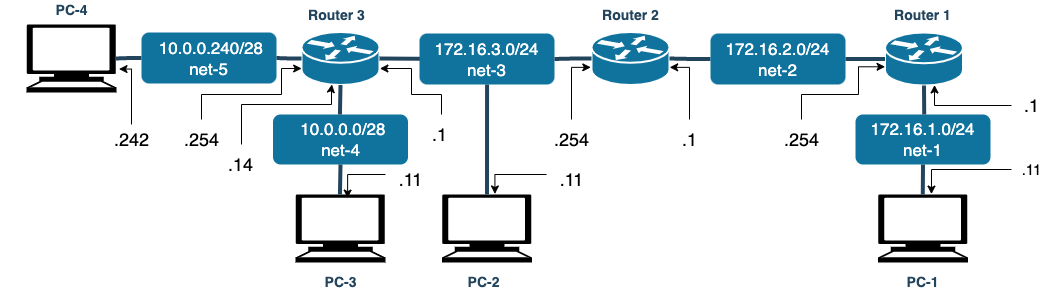
kasug623/Docker keeps this draw.io diagram as docker_ospf/network.drawio.png. Above is the earlier version. Source tidied: cells renumbered, new cells last; positions are measured from the earlier drawing's top-left corner, leaving out a move shared by most shapes. The source it was exported from:
```xml
<mxGraphModel>
  <root>
    <mxCell id="0" />
    <mxCell id="1" parent="0" />
    <mxCell id="2" style="shape=mxgraph.cisco.routers.router;html=1;dashed=0;fillColor=#10739E;strokeColor=#ffffff;strokeWidth=2;verticalLabelPosition=bottom;verticalAlign=top;fontFamily=Helvetica;fontSize=36;fontColor=#FFB366;" parent="1" vertex="1">
      <mxGeometry x="592" y="31.5" width="78" height="53" as="geometry" />
    </mxCell>
    <mxCell id="3" style="shape=mxgraph.signs.tech.computer;html=1;fillColor=#000000;strokeColor=none;verticalLabelPosition=bottom;verticalAlign=top;align=center;" parent="1" vertex="1">
      <mxGeometry x="878.5" y="194" width="90" height="68" as="geometry" />
    </mxCell>
    <mxCell id="4" style="shape=mxgraph.signs.tech.computer;html=1;fillColor=#000000;strokeColor=none;verticalLabelPosition=bottom;verticalAlign=top;align=center;" parent="1" vertex="1">
      <mxGeometry x="27" y="24" width="90" height="68" as="geometry" />
    </mxCell>
    <mxCell id="5" style="shape=mxgraph.signs.tech.computer;html=1;fillColor=#000000;strokeColor=none;verticalLabelPosition=bottom;verticalAlign=top;align=center;" parent="1" vertex="1">
      <mxGeometry x="296" y="194" width="90" height="68" as="geometry" />
    </mxCell>
    <mxCell id="6" style="shape=mxgraph.cisco.routers.router;html=1;dashed=0;fillColor=#10739E;strokeColor=#ffffff;strokeWidth=2;verticalLabelPosition=bottom;verticalAlign=top;fontFamily=Helvetica;fontSize=36;fontColor=#FFB366;" parent="1" vertex="1">
      <mxGeometry x="302" y="31.5" width="78" height="53" as="geometry" />
    </mxCell>
    <mxCell id="7" style="shape=mxgraph.cisco.routers.router;html=1;dashed=0;fillColor=#10739E;strokeColor=#ffffff;strokeWidth=2;verticalLabelPosition=bottom;verticalAlign=top;fontFamily=Helvetica;fontSize=36;fontColor=#FFB366;" parent="1" vertex="1">
      <mxGeometry x="885.5" y="32" width="78" height="53" as="geometry" />
    </mxCell>
    <mxCell id="8" style="edgeStyle=elbowEdgeStyle;elbow=horizontal;endArrow=none;html=1;strokeColor=#23445D;endFill=0;strokeWidth=4;rounded=1;exitX=0;exitY=0.5;exitDx=0;exitDy=0;entryX=1;entryY=0.5;entryDx=0;entryDy=0;entryPerimeter=0;" parent="1" edge="1" source="14" target="6">
      <mxGeometry relative="1" as="geometry">
        <Array as="points">
          <mxPoint x="462" y="58" />
        </Array>
      </mxGeometry>
    </mxCell>
    <mxCell id="9" style="edgeStyle=elbowEdgeStyle;elbow=horizontal;endArrow=none;html=1;strokeColor=#23445D;endFill=0;strokeWidth=4;rounded=1;exitX=0;exitY=0.5;exitDx=0;exitDy=0;entryX=1;entryY=0.5;entryDx=0;entryDy=0;entryPerimeter=0;" parent="1" edge="1" source="16" target="2">
      <mxGeometry relative="1" as="geometry" />
    </mxCell>
    <mxCell id="10" value="&amp;nbsp;10.0.0.240/28&lt;br&gt;net-5" style="rounded=1;whiteSpace=wrap;html=1;fillColor=#10739e;strokeColor=none;fontColor=#FFFFFF;fontStyle=0;fontSize=17;" parent="1" vertex="1">
      <mxGeometry x="142" y="32" width="135" height="51" as="geometry" />
    </mxCell>
    <mxCell id="11" style="edgeStyle=elbowEdgeStyle;elbow=horizontal;endArrow=none;html=1;strokeColor=#23445D;endFill=0;strokeWidth=4;rounded=1;exitX=0;exitY=0.5;exitDx=0;exitDy=0;entryX=0.995;entryY=0.5;entryDx=0;entryDy=0;entryPerimeter=0;" parent="1" edge="1" source="10" target="4">
      <mxGeometry relative="1" as="geometry" />
    </mxCell>
    <mxCell id="12" style="edgeStyle=elbowEdgeStyle;elbow=horizontal;endArrow=none;html=1;strokeColor=#23445D;endFill=0;strokeWidth=4;rounded=1;exitX=0;exitY=0.5;exitDx=0;exitDy=0;entryX=1;entryY=0.5;entryDx=0;entryDy=0;exitPerimeter=0;" parent="1" edge="1" source="6" target="10">
      <mxGeometry relative="1" as="geometry" />
    </mxCell>
    <mxCell id="13" value="&amp;nbsp;10.0.0.0/28&lt;br&gt;net-4" style="rounded=1;whiteSpace=wrap;html=1;fillColor=#10739e;strokeColor=none;fontColor=#FFFFFF;fontStyle=0;fontSize=17;" parent="1" vertex="1">
      <mxGeometry x="273.5" y="114" width="135" height="50" as="geometry" />
    </mxCell>
    <mxCell id="14" value="172.16.3.0/24&lt;br&gt;net-3" style="rounded=1;whiteSpace=wrap;html=1;fillColor=#10739e;strokeColor=none;fontColor=#FFFFFF;fontStyle=0;fontSize=17;" parent="1" vertex="1">
      <mxGeometry x="420" y="33" width="135" height="51" as="geometry" />
    </mxCell>
    <mxCell id="15" style="edgeStyle=elbowEdgeStyle;elbow=horizontal;endArrow=none;html=1;strokeColor=#23445D;endFill=0;strokeWidth=4;rounded=1;exitX=0;exitY=0.5;exitDx=0;exitDy=0;exitPerimeter=0;entryX=1;entryY=0.5;entryDx=0;entryDy=0;" parent="1" edge="1" source="2" target="14">
      <mxGeometry relative="1" as="geometry" />
    </mxCell>
    <mxCell id="16" value="172.16.2.0/24&lt;br&gt;net-2" style="rounded=1;whiteSpace=wrap;html=1;fillColor=#10739e;strokeColor=none;fontColor=#FFFFFF;fontStyle=0;fontSize=17;" parent="1" vertex="1">
      <mxGeometry x="711" y="33" width="135" height="51" as="geometry" />
    </mxCell>
    <mxCell id="17" style="edgeStyle=elbowEdgeStyle;elbow=horizontal;endArrow=none;html=1;strokeColor=#23445D;endFill=0;strokeWidth=4;rounded=1;exitX=0;exitY=0.5;exitDx=0;exitDy=0;exitPerimeter=0;entryX=1;entryY=0.5;entryDx=0;entryDy=0;" parent="1" edge="1" source="7" target="16">
      <mxGeometry relative="1" as="geometry" />
    </mxCell>
    <mxCell id="18" value="172.16.1.0/24&lt;br&gt;net-1" style="rounded=1;whiteSpace=wrap;html=1;fillColor=#10739e;strokeColor=none;fontColor=#FFFFFF;fontStyle=0;fontSize=17;" parent="1" vertex="1">
      <mxGeometry x="856" y="114" width="135" height="50" as="geometry" />
    </mxCell>
    <mxCell id="19" style="edgeStyle=elbowEdgeStyle;elbow=horizontal;endArrow=none;html=1;strokeColor=#23445D;endFill=0;strokeWidth=4;rounded=1;entryX=0.5;entryY=0;entryDx=0;entryDy=0;exitX=0.5;exitY=1;exitDx=0;exitDy=0;exitPerimeter=0;" parent="1" edge="1" source="7" target="18">
      <mxGeometry relative="1" as="geometry" />
    </mxCell>
    <mxCell id="20" style="edgeStyle=elbowEdgeStyle;elbow=horizontal;endArrow=none;html=1;strokeColor=#23445D;endFill=0;strokeWidth=4;rounded=1;entryX=0.5;entryY=0;entryDx=0;entryDy=0;exitX=0.5;exitY=1;exitDx=0;exitDy=0;entryPerimeter=0;" parent="1" edge="1" source="18" target="3">
      <mxGeometry relative="1" as="geometry" />
    </mxCell>
    <mxCell id="21" style="edgeStyle=elbowEdgeStyle;elbow=horizontal;endArrow=none;html=1;strokeColor=#23445D;endFill=0;strokeWidth=4;rounded=1;exitX=0.5;exitY=1;exitDx=0;exitDy=0;entryX=0.5;entryY=0;entryDx=0;entryDy=0;exitPerimeter=0;" parent="1" edge="1" source="6" target="13">
      <mxGeometry relative="1" as="geometry" />
    </mxCell>
    <mxCell id="22" style="edgeStyle=elbowEdgeStyle;elbow=horizontal;endArrow=none;html=1;strokeColor=#23445D;endFill=0;strokeWidth=4;rounded=1;entryX=0.5;entryY=0;entryDx=0;entryDy=0;entryPerimeter=0;exitX=0.5;exitY=1;exitDx=0;exitDy=0;" parent="1" edge="1" source="13" target="5">
      <mxGeometry relative="1" as="geometry" />
    </mxCell>
    <mxCell id="23" value="&lt;font color=&quot;#23445d&quot;&gt;PC-4&lt;/font&gt;" style="rounded=1;whiteSpace=wrap;html=1;strokeColor=none;fillColor=none;fontSize=14;fontColor=#742B21;align=center;fontStyle=1;" parent="1" vertex="1">
      <mxGeometry x="0.5" width="143" height="19" as="geometry" />
    </mxCell>
    <mxCell id="24" value="&lt;font color=&quot;#23445d&quot;&gt;Router 1&lt;/font&gt;" style="rounded=1;whiteSpace=wrap;html=1;strokeColor=none;fillColor=none;fontSize=14;fontColor=#742B21;align=center;fontStyle=1;" parent="1" vertex="1">
      <mxGeometry x="852" y="5" width="143" height="19" as="geometry" />
    </mxCell>
    <mxCell id="25" value="&lt;font color=&quot;#23445d&quot;&gt;Router 2&lt;/font&gt;" style="rounded=1;whiteSpace=wrap;html=1;strokeColor=none;fillColor=none;fontSize=14;fontColor=#742B21;align=center;fontStyle=1;" parent="1" vertex="1">
      <mxGeometry x="559.5" y="5" width="143" height="19" as="geometry" />
    </mxCell>
    <mxCell id="26" value="&lt;font color=&quot;#23445d&quot;&gt;Router 3&lt;/font&gt;" style="rounded=1;whiteSpace=wrap;html=1;strokeColor=none;fillColor=none;fontSize=14;fontColor=#742B21;align=center;fontStyle=1;" parent="1" vertex="1">
      <mxGeometry x="265.5" y="5" width="143" height="19" as="geometry" />
    </mxCell>
    <mxCell id="27" value="&lt;font color=&quot;#23445d&quot;&gt;PC-1&lt;/font&gt;" style="rounded=1;whiteSpace=wrap;html=1;strokeColor=none;fillColor=none;fontSize=14;fontColor=#742B21;align=center;fontStyle=1;" parent="1" vertex="1">
      <mxGeometry x="852" y="272" width="143" height="19" as="geometry" />
    </mxCell>
    <mxCell id="28" value="&lt;font color=&quot;#23445d&quot;&gt;PC-3&lt;/font&gt;" style="rounded=1;whiteSpace=wrap;html=1;strokeColor=none;fillColor=none;fontSize=14;fontColor=#742B21;align=center;fontStyle=1;" parent="1" vertex="1">
      <mxGeometry x="269.5" y="272" width="143" height="19" as="geometry" />
    </mxCell>
    <mxCell id="29" style="edgeStyle=orthogonalEdgeStyle;rounded=0;jettySize=auto;html=1;entryX=0.594;entryY=-0.006;entryDx=0;entryDy=0;entryPerimeter=0;" parent="1" edge="1" source="30" target="3">
      <mxGeometry relative="1" as="geometry" />
    </mxCell>
    <mxCell id="30" value=".11" style="text;html=1;align=center;verticalAlign=middle;points=[];strokeColor=none;fillColor=none;fontSize=15;" parent="1" vertex="1">
      <mxGeometry x="1012" y="154" width="40" height="30" as="geometry" />
    </mxCell>
    <mxCell id="31" style="edgeStyle=orthogonalEdgeStyle;rounded=0;jettySize=auto;html=1;entryX=0.635;entryY=0.99;entryDx=0;entryDy=0;entryPerimeter=0;" parent="1" edge="1" source="32" target="7">
      <mxGeometry relative="1" as="geometry" />
    </mxCell>
    <mxCell id="32" value=".1" style="text;html=1;align=center;verticalAlign=middle;points=[];strokeColor=none;fillColor=none;fontSize=18;" parent="1" vertex="1">
      <mxGeometry x="1012" y="85" width="40" height="40" as="geometry" />
    </mxCell>
    <mxCell id="33" style="edgeStyle=orthogonalEdgeStyle;rounded=0;jettySize=auto;html=1;entryX=1.002;entryY=0.667;entryDx=0;entryDy=0;entryPerimeter=0;" parent="1" edge="1" source="34" target="2">
      <mxGeometry relative="1" as="geometry" />
    </mxCell>
    <mxCell id="34" value=".1" style="text;html=1;align=center;verticalAlign=middle;points=[];strokeColor=none;fillColor=none;fontSize=18;" parent="1" vertex="1">
      <mxGeometry x="670" y="119" width="40" height="40" as="geometry" />
    </mxCell>
    <mxCell id="35" style="edgeStyle=orthogonalEdgeStyle;rounded=0;jettySize=auto;html=1;entryX=0.001;entryY=0.647;entryDx=0;entryDy=0;entryPerimeter=0;" parent="1" edge="1" source="36" target="7">
      <mxGeometry relative="1" as="geometry">
        <Array as="points">
          <mxPoint x="802" y="94" />
          <mxPoint x="859" y="94" />
          <mxPoint x="859" y="66" />
        </Array>
      </mxGeometry>
    </mxCell>
    <mxCell id="36" value=".254" style="text;html=1;align=center;verticalAlign=middle;points=[];strokeColor=none;fillColor=none;fontSize=18;" parent="1" vertex="1">
      <mxGeometry x="772" y="119" width="60" height="40" as="geometry" />
    </mxCell>
    <mxCell id="37" style="edgeStyle=orthogonalEdgeStyle;rounded=0;jettySize=auto;html=1;entryX=-0.009;entryY=0.667;entryDx=0;entryDy=0;entryPerimeter=0;" parent="1" edge="1" source="38" target="2">
      <mxGeometry relative="1" as="geometry" />
    </mxCell>
    <mxCell id="38" value=".254" style="text;html=1;align=center;verticalAlign=middle;points=[];strokeColor=none;fillColor=none;fontSize=18;" parent="1" vertex="1">
      <mxGeometry x="542" y="119" width="60" height="40" as="geometry" />
    </mxCell>
    <mxCell id="39" style="edgeStyle=orthogonalEdgeStyle;rounded=0;jettySize=auto;html=1;entryX=1.005;entryY=0.689;entryDx=0;entryDy=0;entryPerimeter=0;" parent="1" edge="1" source="40" target="6">
      <mxGeometry relative="1" as="geometry">
        <Array as="points">
          <mxPoint x="442" y="94" />
          <mxPoint x="412" y="94" />
          <mxPoint x="412" y="68" />
        </Array>
      </mxGeometry>
    </mxCell>
    <mxCell id="40" value=".1" style="text;html=1;align=center;verticalAlign=middle;points=[];strokeColor=none;fillColor=none;fontSize=18;" parent="1" vertex="1">
      <mxGeometry x="420" y="114" width="40" height="40" as="geometry" />
    </mxCell>
    <mxCell id="41" style="edgeStyle=orthogonalEdgeStyle;rounded=0;jettySize=auto;html=1;entryX=0.002;entryY=0.689;entryDx=0;entryDy=0;entryPerimeter=0;" parent="1" edge="1" source="42" target="6">
      <mxGeometry relative="1" as="geometry">
        <Array as="points">
          <mxPoint x="202" y="94" />
          <mxPoint x="282" y="94" />
          <mxPoint x="282" y="68" />
        </Array>
      </mxGeometry>
    </mxCell>
    <mxCell id="42" value=".254" style="text;html=1;align=center;verticalAlign=middle;points=[];strokeColor=none;fillColor=none;fontSize=18;" parent="1" vertex="1">
      <mxGeometry x="172" y="119" width="60" height="40" as="geometry" />
    </mxCell>
    <mxCell id="43" style="edgeStyle=orthogonalEdgeStyle;rounded=0;jettySize=auto;html=1;entryX=0.39;entryY=0.989;entryDx=0;entryDy=0;entryPerimeter=0;" parent="1" edge="1" source="44" target="6">
      <mxGeometry relative="1" as="geometry">
        <Array as="points">
          <mxPoint x="242" y="104" />
          <mxPoint x="332" y="104" />
          <mxPoint x="332" y="87" />
        </Array>
      </mxGeometry>
    </mxCell>
    <mxCell id="44" value=".14" style="text;html=1;align=center;verticalAlign=middle;points=[];strokeColor=none;fillColor=none;fontSize=18;" parent="1" vertex="1">
      <mxGeometry x="215.5" y="144" width="50" height="40" as="geometry" />
    </mxCell>
    <mxCell id="45" style="edgeStyle=orthogonalEdgeStyle;rounded=0;jettySize=auto;html=1;entryX=1.028;entryY=0.655;entryDx=0;entryDy=0;entryPerimeter=0;exitX=0.5;exitY=0.125;exitDx=0;exitDy=0;exitPerimeter=0;" parent="1" edge="1" source="46" target="4">
      <mxGeometry relative="1" as="geometry">
        <Array as="points">
          <mxPoint x="132" y="68" />
        </Array>
      </mxGeometry>
    </mxCell>
    <mxCell id="46" value=".242" style="text;html=1;align=center;verticalAlign=middle;points=[];strokeColor=none;fillColor=none;fontSize=18;" parent="1" vertex="1">
      <mxGeometry x="102" y="119" width="60" height="40" as="geometry" />
    </mxCell>
    <mxCell id="47" style="shape=mxgraph.signs.tech.computer;html=1;fillColor=#000000;strokeColor=none;verticalLabelPosition=bottom;verticalAlign=top;align=center;" parent="1" vertex="1">
      <mxGeometry x="442.5" y="194" width="90" height="68" as="geometry" />
    </mxCell>
    <mxCell id="48" style="edgeStyle=elbowEdgeStyle;elbow=horizontal;endArrow=none;html=1;strokeColor=#23445D;endFill=0;strokeWidth=4;rounded=1;exitX=0.5;exitY=0;exitDx=0;exitDy=0;entryX=0.5;entryY=1;entryDx=0;entryDy=0;exitPerimeter=0;" parent="1" edge="1" source="47" target="14">
      <mxGeometry relative="1" as="geometry" />
    </mxCell>
    <mxCell id="49" style="edgeStyle=orthogonalEdgeStyle;rounded=0;jettySize=auto;html=1;entryX=0.588;entryY=-0.008;entryDx=0;entryDy=0;entryPerimeter=0;" parent="1" edge="1" source="50" target="47">
      <mxGeometry relative="1" as="geometry">
        <Array as="points">
          <mxPoint x="495" y="174" />
        </Array>
      </mxGeometry>
    </mxCell>
    <mxCell id="50" value=".11" style="text;html=1;align=center;verticalAlign=middle;points=[];strokeColor=none;fillColor=none;fontSize=18;" parent="1" vertex="1">
      <mxGeometry x="547" y="159" width="50" height="40" as="geometry" />
    </mxCell>
    <mxCell id="51" value="&lt;font color=&quot;#23445d&quot;&gt;PC-2&lt;/font&gt;" style="rounded=1;whiteSpace=wrap;html=1;strokeColor=none;fillColor=none;fontSize=14;fontColor=#742B21;align=center;fontStyle=1;" parent="1" vertex="1">
      <mxGeometry x="412.5" y="272" width="143" height="19" as="geometry" />
    </mxCell>
    <mxCell id="52" style="edgeStyle=orthogonalEdgeStyle;rounded=0;jettySize=auto;html=1;entryX=0.579;entryY=0.053;entryDx=0;entryDy=0;entryPerimeter=0;" parent="1" edge="1" source="53" target="5">
      <mxGeometry relative="1" as="geometry">
        <Array as="points">
          <mxPoint x="348" y="174" />
        </Array>
      </mxGeometry>
    </mxCell>
    <mxCell id="53" value=".11" style="text;html=1;align=center;verticalAlign=middle;points=[];strokeColor=none;fillColor=none;fontSize=18;" parent="1" vertex="1">
      <mxGeometry x="386" y="159" width="50" height="40" as="geometry" />
    </mxCell>
  </root>
</mxGraphModel>
```
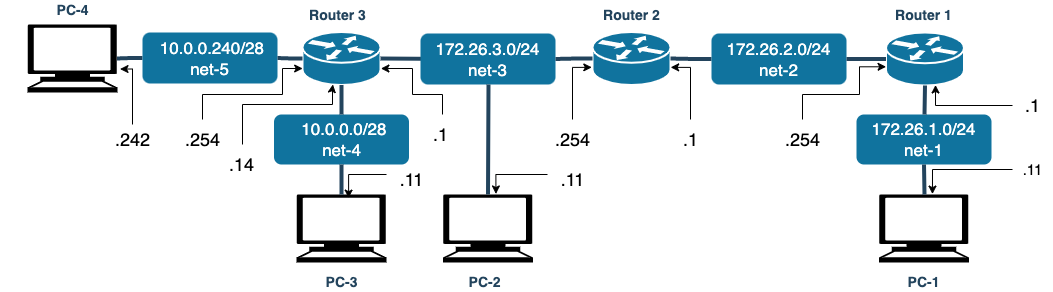
After the commit.

The edit, as a diff of the source:
```diff
@@ -42,19 +42,19 @@
     <mxCell id="13" value="&amp;nbsp;10.0.0.0/28&lt;br&gt;net-4" style="rounded=1;whiteSpace=wrap;html=1;fillColor=#10739e;strokeColor=none;fontColor=#FFFFFF;fontStyle=0;fontSize=17;" parent="1" vertex="1">
       <mxGeometry x="273.5" y="114" width="135" height="50" as="geometry" />
     </mxCell>
-    <mxCell id="14" value="172.16.3.0/24&lt;br&gt;net-3" style="rounded=1;whiteSpace=wrap;html=1;fillColor=#10739e;strokeColor=none;fontColor=#FFFFFF;fontStyle=0;fontSize=17;" parent="1" vertex="1">
+    <mxCell id="14" value="172.26.3.0/24&lt;br&gt;net-3" style="rounded=1;whiteSpace=wrap;html=1;fillColor=#10739e;strokeColor=none;fontColor=#FFFFFF;fontStyle=0;fontSize=17;" parent="1" vertex="1">
       <mxGeometry x="420" y="33" width="135" height="51" as="geometry" />
     </mxCell>
     <mxCell id="15" style="edgeStyle=elbowEdgeStyle;elbow=horizontal;endArrow=none;html=1;strokeColor=#23445D;endFill=0;strokeWidth=4;rounded=1;exitX=0;exitY=0.5;exitDx=0;exitDy=0;exitPerimeter=0;entryX=1;entryY=0.5;entryDx=0;entryDy=0;" parent="1" edge="1" source="2" target="14">
       <mxGeometry relative="1" as="geometry" />
     </mxCell>
-    <mxCell id="16" value="172.16.2.0/24&lt;br&gt;net-2" style="rounded=1;whiteSpace=wrap;html=1;fillColor=#10739e;strokeColor=none;fontColor=#FFFFFF;fontStyle=0;fontSize=17;" parent="1" vertex="1">
+    <mxCell id="16" value="172.26.2.0/24&lt;br&gt;net-2" style="rounded=1;whiteSpace=wrap;html=1;fillColor=#10739e;strokeColor=none;fontColor=#FFFFFF;fontStyle=0;fontSize=17;" parent="1" vertex="1">
       <mxGeometry x="711" y="33" width="135" height="51" as="geometry" />
     </mxCell>
     <mxCell id="17" style="edgeStyle=elbowEdgeStyle;elbow=horizontal;endArrow=none;html=1;strokeColor=#23445D;endFill=0;strokeWidth=4;rounded=1;exitX=0;exitY=0.5;exitDx=0;exitDy=0;exitPerimeter=0;entryX=1;entryY=0.5;entryDx=0;entryDy=0;" parent="1" edge="1" source="7" target="16">
       <mxGeometry relative="1" as="geometry" />
     </mxCell>
-    <mxCell id="18" value="172.16.1.0/24&lt;br&gt;net-1" style="rounded=1;whiteSpace=wrap;html=1;fillColor=#10739e;strokeColor=none;fontColor=#FFFFFF;fontStyle=0;fontSize=17;" parent="1" vertex="1">
+    <mxCell id="18" value="172.26.1.0/24&lt;br&gt;net-1" style="rounded=1;whiteSpace=wrap;html=1;fillColor=#10739e;strokeColor=none;fontColor=#FFFFFF;fontStyle=0;fontSize=17;" parent="1" vertex="1">
       <mxGeometry x="856" y="114" width="135" height="50" as="geometry" />
     </mxCell>
     <mxCell id="19" style="edgeStyle=elbowEdgeStyle;elbow=horizontal;endArrow=none;html=1;strokeColor=#23445D;endFill=0;strokeWidth=4;rounded=1;entryX=0.5;entryY=0;entryDx=0;entryDy=0;exitX=0.5;exitY=1;exitDx=0;exitDy=0;exitPerimeter=0;" parent="1" edge="1" source="7" target="18">
```
